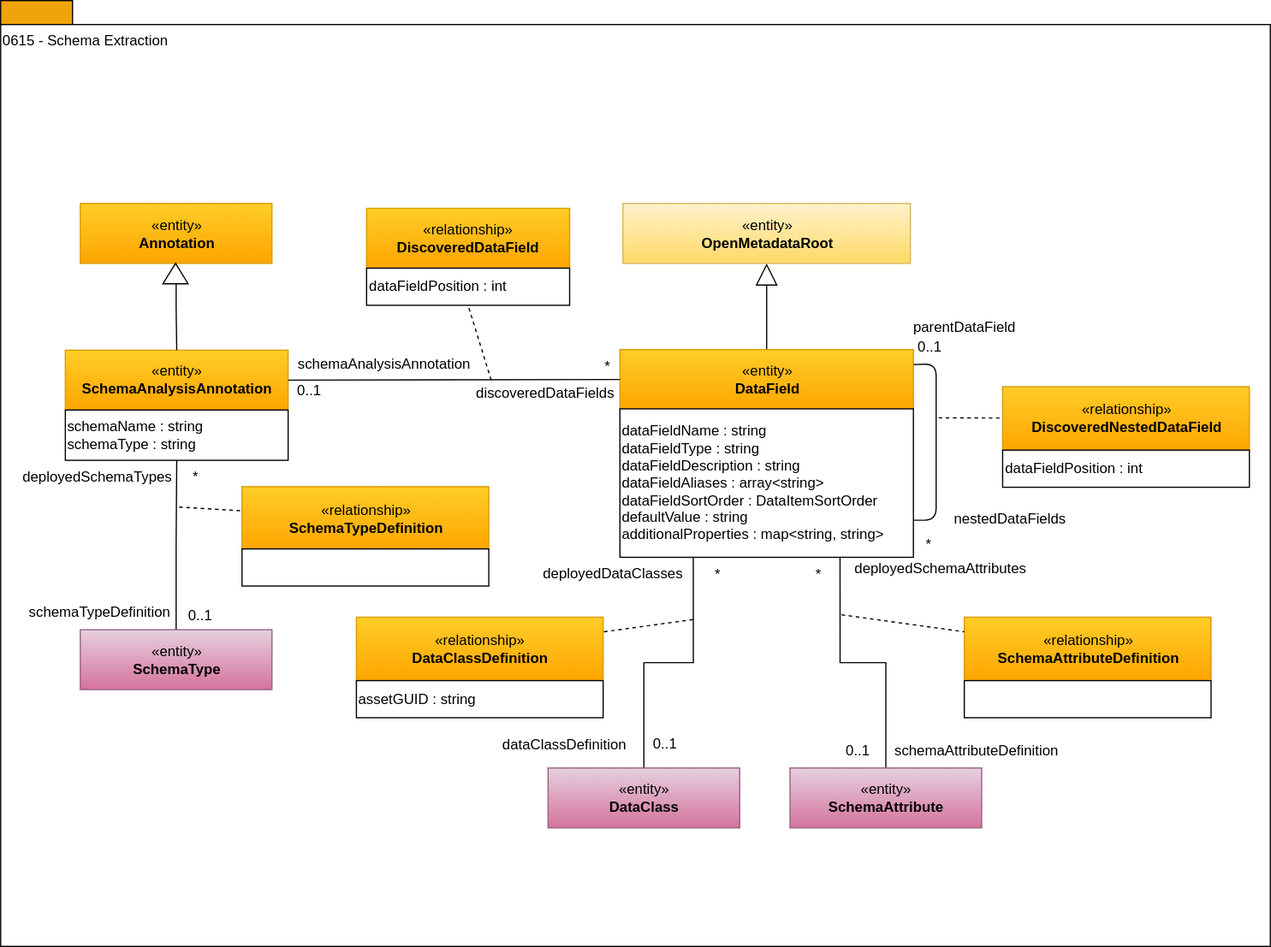
The draw.io diagram site/docs/types/6/0615-Schema-Extraction.svg in odpi/egeria-docs, before a commit. Source tidied: cells renumbered, new cells last; positions are measured from the earlier drawing's top-left corner, leaving out a move shared by most shapes.
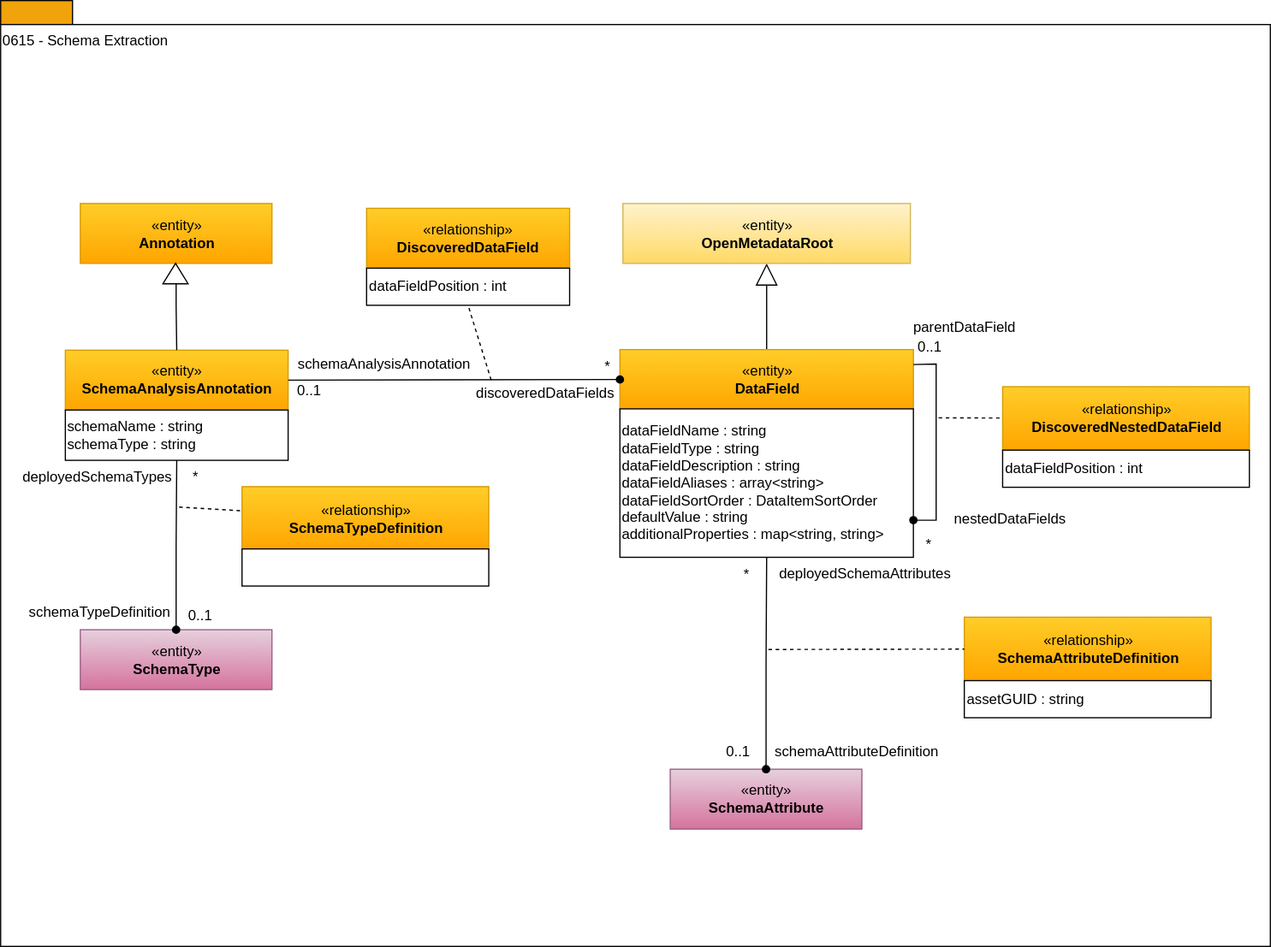
After the change.

What changed in the source:
```diff
@@ -23,13 +23,13 @@
     <mxCell id="8" style="triangle;whiteSpace=wrap;html=1;strokeColor=#000000;gradientColor=#ffffff;align=center;rotation=-90;" parent="1" vertex="1">
       <mxGeometry x="137.5" y="217.5" width="17" height="21" as="geometry" />
     </mxCell>
-    <mxCell id="9" style="edgeStyle=orthogonalEdgeStyle;rounded=0;jettySize=auto;html=1;endArrow=block;endFill=0;endSize=16;" parent="1" edge="1" source="10" target="55">
+    <mxCell id="9" style="edgeStyle=orthogonalEdgeStyle;rounded=0;jettySize=auto;html=1;endArrow=block;endFill=0;endSize=16;" parent="1" edge="1" source="10" target="43">
       <mxGeometry relative="1" as="geometry" />
     </mxCell>
     <mxCell id="10" value="«entity»&lt;br&gt;&lt;b&gt;DataField&lt;/b&gt;" style="html=1;strokeColor=#d79b00;align=center;fillColor=#ffcd28;gradientColor=#ffa500;" parent="1" vertex="1">
       <mxGeometry x="517" y="291.5" width="245" height="50" as="geometry" />
     </mxCell>
-    <mxCell id="11" style="endArrow=none;html=1;entryX=1;entryY=0.5;exitX=0;exitY=0.5;" parent="1" edge="1" source="10" target="4">
+    <mxCell id="11" style="endArrow=none;html=1;entryX=1;entryY=0.5;exitX=0;exitY=0.5;startArrow=oval;startFill=1;" parent="1" edge="1" source="10" target="4">
       <mxGeometry relative="1" as="geometry" />
     </mxCell>
     <mxCell id="12" value="«relationship»&lt;br&gt;&lt;b&gt;DiscoveredDataField&lt;/b&gt;" style="html=1;strokeColor=#d79b00;align=center;fillColor=#ffcd28;gradientColor=#ffa500;" parent="1" vertex="1">
@@ -75,109 +75,80 @@
     <mxCell id="24" value="parentDataField" style="text;html=1;strokeColor=none;fillColor=none;align=center;verticalAlign=middle;whiteSpace=wrap;rounded=0;" parent="1" vertex="1">
       <mxGeometry x="748.5" y="262.5" width="112" height="20" as="geometry" />
     </mxCell>
-    <mxCell id="25" style="endArrow=none;html=1;entryX=1;entryY=0.25;exitX=1;exitY=0.75;" parent="1" edge="1" source="27" target="10">
-      <mxGeometry relative="1" as="geometry">
-        <Array as="points">
-          <mxPoint x="781" y="434" />
-          <mxPoint x="781" y="303.5" />
-        </Array>
-      </mxGeometry>
+    <mxCell id="25" value="schemaAnalysisAnnotation" style="text;html=1;strokeColor=none;fillColor=none;align=center;verticalAlign=middle;whiteSpace=wrap;rounded=0;" parent="1" vertex="1">
+      <mxGeometry x="253" y="294" width="135" height="20" as="geometry" />
     </mxCell>
-    <mxCell id="26" value="schemaAnalysisAnnotation" style="text;html=1;strokeColor=none;fillColor=none;align=center;verticalAlign=middle;whiteSpace=wrap;rounded=0;" parent="1" vertex="1">
-      <mxGeometry x="253" y="294" width="135" height="20" as="geometry" />
+    <mxCell id="26" value="dataFieldName : string&lt;br&gt;dataFieldType : string&lt;br&gt;dataFieldDescription : string&lt;br&gt;dataFieldAliases : array&amp;lt;string&amp;gt;&lt;br&gt;dataFieldSortOrder : DataItemSortOrder&lt;br&gt;defaultValue : string&lt;br&gt;additionalProperties : map&amp;lt;string, string&amp;gt;" style="rounded=0;whiteSpace=wrap;html=1;strokeColor=#000000;gradientColor=#ffffff;align=left;" parent="1" vertex="1">
+      <mxGeometry x="517" y="341" width="245" height="124" as="geometry" />
     </mxCell>
-    <mxCell id="27" value="dataFieldName : string&lt;br&gt;dataFieldType : string&lt;br&gt;dataFieldDescription : string&lt;br&gt;dataFieldAliases : array&amp;lt;string&amp;gt;&lt;br&gt;dataFieldSortOrder : DataItemSortOrder&lt;br&gt;defaultValue : string&lt;br&gt;additionalProperties : map&amp;lt;string, string&amp;gt;" style="rounded=0;whiteSpace=wrap;html=1;strokeColor=#000000;gradientColor=#ffffff;align=left;" parent="1" vertex="1">
-      <mxGeometry x="517" y="341" width="245" height="124" as="geometry" />
+    <mxCell id="27" value="«entity»&lt;br&gt;&lt;b&gt;SchemaAttribute&lt;/b&gt;" style="html=1;strokeColor=#996185;align=center;fillColor=#e6d0de;gradientColor=#d5739d;" parent="1" vertex="1">
+      <mxGeometry x="559" y="642" width="160" height="50" as="geometry" />
     </mxCell>
-    <mxCell id="28" style="edgeStyle=orthogonalEdgeStyle;rounded=0;html=1;entryX=0.75;entryY=1;endArrow=none;endFill=0;jettySize=auto;entryDx=0;entryDy=0;" parent="1" edge="1" source="29" target="27">
-      <mxGeometry relative="1" as="geometry" />
+    <mxCell id="28" value="schemaAttributeDefinition" style="text;html=1;strokeColor=none;fillColor=none;align=center;verticalAlign=middle;whiteSpace=wrap;rounded=0;" parent="1" vertex="1">
+      <mxGeometry x="652" y="618" width="126" height="20" as="geometry" />
     </mxCell>
-    <mxCell id="29" value="«entity»&lt;br&gt;&lt;b&gt;SchemaAttribute&lt;/b&gt;" style="html=1;strokeColor=#996185;align=center;fillColor=#e6d0de;gradientColor=#d5739d;" parent="1" vertex="1">
-      <mxGeometry x="659" y="641" width="160" height="50" as="geometry" />
+    <mxCell id="29" value="*" style="text;html=1;strokeColor=none;fillColor=none;align=center;verticalAlign=middle;whiteSpace=wrap;rounded=0;" parent="1" vertex="1">
+      <mxGeometry x="610" y="471" width="26" height="18" as="geometry" />
     </mxCell>
-    <mxCell id="30" value="schemaAttributeDefinition" style="text;html=1;strokeColor=none;fillColor=none;align=center;verticalAlign=middle;whiteSpace=wrap;rounded=0;" parent="1" vertex="1">
-      <mxGeometry x="752" y="617" width="126" height="20" as="geometry" />
+    <mxCell id="30" value="0..1" style="text;html=1;strokeColor=none;fillColor=none;align=center;verticalAlign=middle;whiteSpace=wrap;rounded=0;" parent="1" vertex="1">
+      <mxGeometry x="596" y="618" width="40" height="20" as="geometry" />
     </mxCell>
-    <mxCell id="31" value="*" style="text;html=1;strokeColor=none;fillColor=none;align=center;verticalAlign=middle;whiteSpace=wrap;rounded=0;" parent="1" vertex="1">
-      <mxGeometry x="670" y="470.5" width="26" height="18" as="geometry" />
+    <mxCell id="31" value="«relationship»&lt;br&gt;&lt;b&gt;SchemaAttributeDefinition&lt;/b&gt;" style="html=1;strokeColor=#d79b00;align=center;fillColor=#ffcd28;gradientColor=#ffa500;" parent="1" vertex="1">
+      <mxGeometry x="804.5" y="515" width="206" height="53" as="geometry" />
     </mxCell>
-    <mxCell id="32" value="0..1" style="text;html=1;strokeColor=none;fillColor=none;align=center;verticalAlign=middle;whiteSpace=wrap;rounded=0;" parent="1" vertex="1">
-      <mxGeometry x="696" y="617" width="40" height="20" as="geometry" />
+    <mxCell id="32" style="endArrow=none;dashed=1;html=1;" parent="1" edge="1" target="31">
+      <mxGeometry relative="1" as="geometry">
+        <mxPoint x="641" y="542" as="sourcePoint" />
+      </mxGeometry>
     </mxCell>
-    <mxCell id="33" value="«relationship»&lt;br&gt;&lt;b&gt;SchemaAttributeDefinition&lt;/b&gt;" style="html=1;strokeColor=#d79b00;align=center;fillColor=#ffcd28;gradientColor=#ffa500;" parent="1" vertex="1">
-      <mxGeometry x="804.5" y="515" width="206" height="53" as="geometry" />
+    <mxCell id="33" value="assetGUID : string" style="rounded=0;whiteSpace=wrap;html=1;strokeColor=#000000;gradientColor=#ffffff;align=left;" parent="1" vertex="1">
+      <mxGeometry x="804.5" y="568" width="206" height="31" as="geometry" />
     </mxCell>
-    <mxCell id="34" style="endArrow=none;dashed=1;html=1;" parent="1" edge="1" target="33">
-      <mxGeometry relative="1" as="geometry">
-        <mxPoint x="702" y="513" as="sourcePoint" />
-      </mxGeometry>
+    <mxCell id="34" value="deployedSchemaAttributes" style="text;html=1;strokeColor=none;fillColor=none;align=center;verticalAlign=middle;whiteSpace=wrap;rounded=0;" parent="1" vertex="1">
+      <mxGeometry x="646" y="469" width="152" height="20" as="geometry" />
     </mxCell>
-    <mxCell id="35" style="rounded=0;whiteSpace=wrap;html=1;strokeColor=#000000;gradientColor=#ffffff;align=left;" parent="1" vertex="1">
-      <mxGeometry x="804.5" y="568" width="206" height="31" as="geometry" />
+    <mxCell id="35" value="«entity»&lt;br&gt;&lt;b&gt;SchemaType&lt;/b&gt;" style="html=1;strokeColor=#996185;align=center;fillColor=#e6d0de;gradientColor=#d5739d;" parent="1" vertex="1">
+      <mxGeometry x="66.5" y="525.5" width="160" height="50" as="geometry" />
     </mxCell>
-    <mxCell id="36" value="deployedSchemaAttributes" style="text;html=1;strokeColor=none;fillColor=none;align=center;verticalAlign=middle;whiteSpace=wrap;rounded=0;" parent="1" vertex="1">
-      <mxGeometry x="708.5" y="465" width="152" height="20" as="geometry" />
+    <mxCell id="36" value="schemaTypeDefinition" style="text;html=1;strokeColor=none;fillColor=none;align=center;verticalAlign=middle;whiteSpace=wrap;rounded=0;" parent="1" vertex="1">
+      <mxGeometry x="22" y="501" width="122" height="20" as="geometry" />
     </mxCell>
-    <mxCell id="37" style="edgeStyle=orthogonalEdgeStyle;rounded=0;html=1;entryX=0.5;entryY=1;endArrow=none;endFill=0;jettySize=auto;" parent="1" edge="1" source="38" target="5">
-      <mxGeometry relative="1" as="geometry" />
+    <mxCell id="37" value="*" style="text;html=1;strokeColor=none;fillColor=none;align=center;verticalAlign=middle;whiteSpace=wrap;rounded=0;" parent="1" vertex="1">
+      <mxGeometry x="150" y="388.5" width="26" height="18" as="geometry" />
     </mxCell>
-    <mxCell id="38" value="«entity»&lt;br&gt;&lt;b&gt;SchemaType&lt;/b&gt;" style="html=1;strokeColor=#996185;align=center;fillColor=#e6d0de;gradientColor=#d5739d;" parent="1" vertex="1">
-      <mxGeometry x="66.5" y="525.5" width="160" height="50" as="geometry" />
+    <mxCell id="38" value="0..1" style="text;html=1;strokeColor=none;fillColor=none;align=center;verticalAlign=middle;whiteSpace=wrap;rounded=0;" parent="1" vertex="1">
+      <mxGeometry x="147" y="503.5" width="40" height="20" as="geometry" />
     </mxCell>
-    <mxCell id="39" value="schemaTypeDefinition" style="text;html=1;strokeColor=none;fillColor=none;align=center;verticalAlign=middle;whiteSpace=wrap;rounded=0;" parent="1" vertex="1">
-      <mxGeometry x="22" y="501" width="122" height="20" as="geometry" />
+    <mxCell id="39" value="«relationship»&lt;br&gt;&lt;b&gt;SchemaTypeDefinition&lt;/b&gt;" style="html=1;strokeColor=#d79b00;align=center;fillColor=#ffcd28;gradientColor=#ffa500;" parent="1" vertex="1">
+      <mxGeometry x="201.5" y="406" width="206" height="53" as="geometry" />
     </mxCell>
-    <mxCell id="40" value="*" style="text;html=1;strokeColor=none;fillColor=none;align=center;verticalAlign=middle;whiteSpace=wrap;rounded=0;" parent="1" vertex="1">
-      <mxGeometry x="150" y="388.5" width="26" height="18" as="geometry" />
+    <mxCell id="40" style="endArrow=none;dashed=1;html=1;" parent="1" edge="1" target="39">
+      <mxGeometry relative="1" as="geometry">
+        <mxPoint x="149" y="423" as="sourcePoint" />
+      </mxGeometry>
     </mxCell>
-    <mxCell id="41" value="0..1" style="text;html=1;strokeColor=none;fillColor=none;align=center;verticalAlign=middle;whiteSpace=wrap;rounded=0;" parent="1" vertex="1">
-      <mxGeometry x="147" y="503.5" width="40" height="20" as="geometry" />
+    <mxCell id="41" style="rounded=0;whiteSpace=wrap;html=1;strokeColor=#000000;gradientColor=#ffffff;align=left;" parent="1" vertex="1">
+      <mxGeometry x="201.5" y="458" width="206" height="31" as="geometry" />
     </mxCell>
-    <mxCell id="42" value="«relationship»&lt;br&gt;&lt;b&gt;SchemaTypeDefinition&lt;/b&gt;" style="html=1;strokeColor=#d79b00;align=center;fillColor=#ffcd28;gradientColor=#ffa500;" parent="1" vertex="1">
-      <mxGeometry x="201.5" y="406" width="206" height="53" as="geometry" />
+    <mxCell id="42" value="deployedSchemaTypes" style="text;html=1;strokeColor=none;fillColor=none;align=center;verticalAlign=middle;whiteSpace=wrap;rounded=0;" parent="1" vertex="1">
+      <mxGeometry x="18" y="388" width="126" height="20" as="geometry" />
     </mxCell>
-    <mxCell id="43" style="endArrow=none;dashed=1;html=1;" parent="1" edge="1" target="42">
-      <mxGeometry relative="1" as="geometry">
-        <mxPoint x="149" y="423" as="sourcePoint" />
-      </mxGeometry>
+    <mxCell id="43" value="«entity»&lt;br&gt;&lt;b&gt;OpenMetadataRoot&lt;/b&gt;" style="html=1;strokeColor=#d6b656;align=center;fillColor=#fff2cc;gradientColor=#ffd966;" parent="1" vertex="1">
+      <mxGeometry x="519.5" y="169.5" width="240" height="50" as="geometry" />
     </mxCell>
-    <mxCell id="44" style="rounded=0;whiteSpace=wrap;html=1;strokeColor=#000000;gradientColor=#ffffff;align=left;" parent="1" vertex="1">
-      <mxGeometry x="201.5" y="458" width="206" height="31" as="geometry" />
+    <mxCell id="44" style="edgeStyle=orthogonalEdgeStyle;rounded=0;html=1;entryX=0.5;entryY=1;endArrow=none;endFill=0;jettySize=auto;entryDx=0;entryDy=0;startArrow=oval;startFill=1;" parent="1" edge="1" source="27" target="26">
+      <mxGeometry relative="1" as="geometry" />
     </mxCell>
-    <mxCell id="45" value="deployedSchemaTypes" style="text;html=1;strokeColor=none;fillColor=none;align=center;verticalAlign=middle;whiteSpace=wrap;rounded=0;" parent="1" vertex="1">
-      <mxGeometry x="18" y="388" width="126" height="20" as="geometry" />
+    <mxCell id="45" style="edgeStyle=orthogonalEdgeStyle;rounded=0;html=1;entryX=0.5;entryY=1;endArrow=none;endFill=0;jettySize=auto;startArrow=oval;startFill=1;" parent="1" edge="1" source="35" target="5">
+      <mxGeometry relative="1" as="geometry" />
     </mxCell>
-    <mxCell id="46" style="edgeStyle=orthogonalEdgeStyle;rounded=0;html=1;endArrow=none;endFill=0;jettySize=auto;entryX=0.25;entryY=1;entryDx=0;entryDy=0;" parent="1" edge="1" source="47" target="27">
-      <mxGeometry relative="1" as="geometry" />
+    <mxCell id="46" style="endArrow=none;html=1;entryX=1;entryY=0.25;exitX=1;exitY=0.75;endFill=0;rounded=0;startArrow=oval;startFill=1;" parent="1" edge="1" source="26" target="10">
+      <mxGeometry relative="1" as="geometry">
+        <Array as="points">
+          <mxPoint x="781" y="434" />
+          <mxPoint x="781" y="303.5" />
+        </Array>
+      </mxGeometry>
     </mxCell>
-    <mxCell id="47" value="«entity»&lt;br&gt;&lt;b&gt;DataClass&lt;/b&gt;" style="html=1;strokeColor=#996185;align=center;fillColor=#e6d0de;gradientColor=#d5739d;" parent="1" vertex="1">
-      <mxGeometry x="457" y="641" width="160" height="50" as="geometry" />
-    </mxCell>
-    <mxCell id="48" value="*" style="text;html=1;strokeColor=none;fillColor=none;align=center;verticalAlign=middle;whiteSpace=wrap;rounded=0;" parent="1" vertex="1">
-      <mxGeometry x="586" y="470.5" width="26" height="18" as="geometry" />
-    </mxCell>
-    <mxCell id="49" value="«relationship»&lt;br&gt;&lt;b&gt;DataClassDefinition&lt;/b&gt;" style="html=1;strokeColor=#d79b00;align=center;fillColor=#ffcd28;gradientColor=#ffa500;" parent="1" vertex="1">
-      <mxGeometry x="297" y="515" width="206" height="53" as="geometry" />
-    </mxCell>
-    <mxCell id="50" style="endArrow=none;dashed=1;html=1;" parent="1" edge="1" target="49">
-      <mxGeometry relative="1" as="geometry">
-        <mxPoint x="578" y="517" as="sourcePoint" />
-      </mxGeometry>
-    </mxCell>
-    <mxCell id="51" value="&lt;span&gt;assetGUID : string&lt;/span&gt;" style="rounded=0;whiteSpace=wrap;html=1;strokeColor=#000000;gradientColor=#ffffff;align=left;" parent="1" vertex="1">
-      <mxGeometry x="297" y="568" width="206" height="31" as="geometry" />
-    </mxCell>
-    <mxCell id="52" value="0..1" style="text;html=1;strokeColor=none;fillColor=none;align=center;verticalAlign=middle;whiteSpace=wrap;rounded=0;" parent="1" vertex="1">
-      <mxGeometry x="541.5" y="612" width="26" height="18" as="geometry" />
-    </mxCell>
-    <mxCell id="53" value="dataClassDefinition" style="text;html=1;strokeColor=none;fillColor=none;align=center;verticalAlign=middle;whiteSpace=wrap;rounded=0;" parent="1" vertex="1">
-      <mxGeometry x="409.5" y="612" width="122" height="20" as="geometry" />
-    </mxCell>
-    <mxCell id="54" value="deployedDataClasses" style="text;html=1;strokeColor=none;fillColor=none;align=center;verticalAlign=middle;whiteSpace=wrap;rounded=0;" parent="1" vertex="1">
-      <mxGeometry x="447" y="468.5" width="129" height="20" as="geometry" />
-    </mxCell>
-    <mxCell id="55" value="«entity»&lt;br&gt;&lt;b&gt;OpenMetadataRoot&lt;/b&gt;" style="html=1;strokeColor=#d6b656;align=center;fillColor=#fff2cc;gradientColor=#ffd966;" parent="1" vertex="1">
-      <mxGeometry x="519.5" y="169.5" width="240" height="50" as="geometry" />
-    </mxCell>
   </root>
 </mxGraphModel>
```
